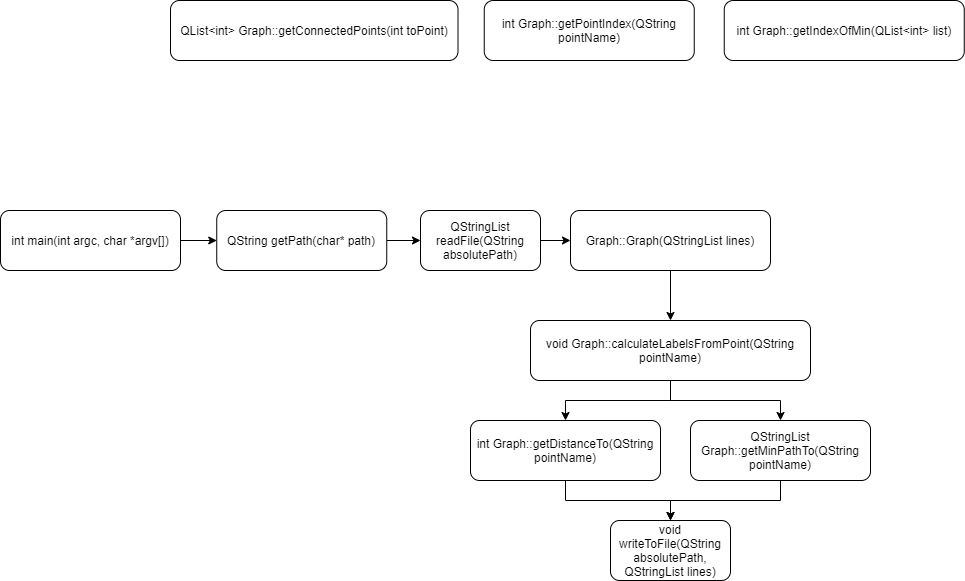
This is data_flow_diagram.png from Minebot17/PathFinder, a draw.io export, as it was before one commit. Source tidied: cells renumbered, new cells last; positions are measured from the earlier drawing's top-left corner, leaving out a move shared by most shapes.
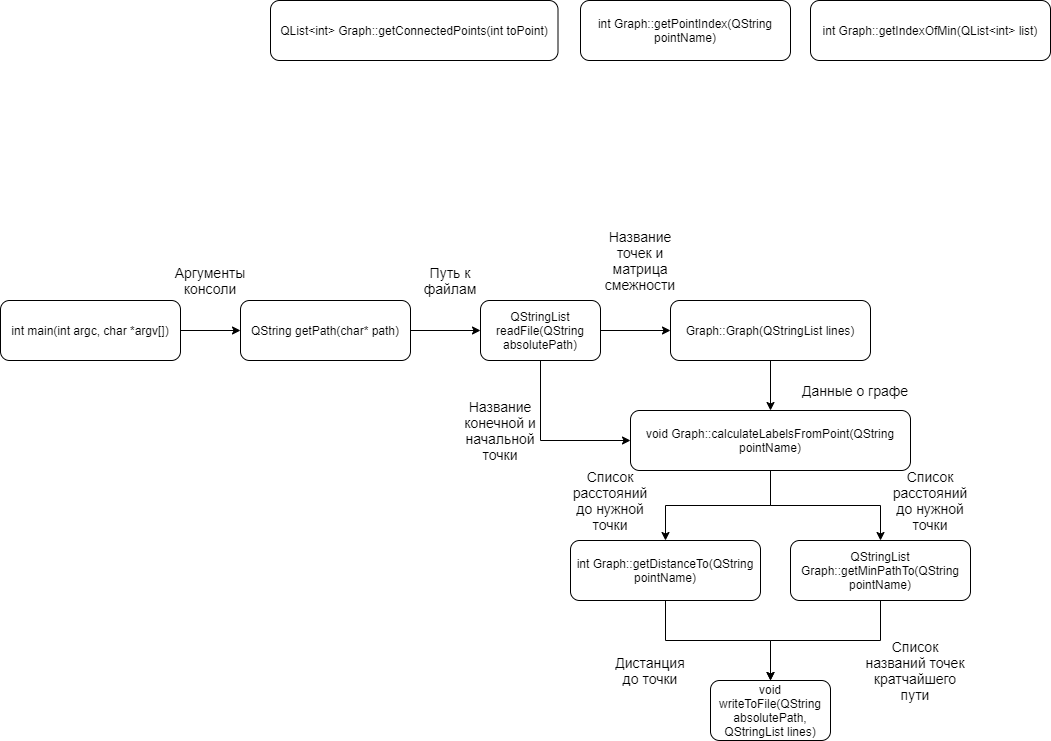
Above is the later version.

What changed in the source:
```diff
@@ -5,41 +5,44 @@
     <mxCell id="2" style="edgeStyle=orthogonalEdgeStyle;rounded=0;jettySize=auto;html=1;exitX=1;exitY=0.5;exitDx=0;exitDy=0;" parent="1" edge="1" source="3" target="19">
       <mxGeometry relative="1" as="geometry" />
     </mxCell>
+    <mxCell id="21" style="edgeStyle=orthogonalEdgeStyle;rounded=0;jettySize=auto;html=1;exitX=0.5;exitY=1;exitDx=0;exitDy=0;entryX=0;entryY=0.5;entryDx=0;entryDy=0;" parent="1" edge="1" source="3" target="17">
+      <mxGeometry relative="1" as="geometry" />
+    </mxCell>
     <mxCell id="3" value="QStringList readFile(QString absolutePath)" style="rounded=1;whiteSpace=wrap;html=1;" parent="1" vertex="1">
-      <mxGeometry x="420" y="210" width="120" height="60" as="geometry" />
+      <mxGeometry x="380" y="210" width="120" height="60" as="geometry" />
     </mxCell>
     <mxCell id="4" style="edgeStyle=orthogonalEdgeStyle;rounded=0;jettySize=auto;html=1;exitX=0.5;exitY=1;exitDx=0;exitDy=0;" parent="1" edge="1" source="5" target="8">
       <mxGeometry relative="1" as="geometry" />
     </mxCell>
     <mxCell id="5" value="int Graph::getDistanceTo(QString pointName)" style="rounded=1;whiteSpace=wrap;html=1;" parent="1" vertex="1">
-      <mxGeometry x="470" y="420" width="190" height="60" as="geometry" />
+      <mxGeometry x="470" y="450" width="190" height="60" as="geometry" />
     </mxCell>
     <mxCell id="6" style="edgeStyle=orthogonalEdgeStyle;rounded=0;jettySize=auto;html=1;exitX=1;exitY=0.5;exitDx=0;exitDy=0;" parent="1" edge="1" source="7" target="3">
       <mxGeometry relative="1" as="geometry" />
     </mxCell>
     <mxCell id="7" value="QString getPath(char* path)" style="rounded=1;whiteSpace=wrap;html=1;" parent="1" vertex="1">
-      <mxGeometry x="216.2" y="210" width="170" height="60" as="geometry" />
+      <mxGeometry x="140" y="210" width="170" height="60" as="geometry" />
     </mxCell>
     <mxCell id="8" value="void writeToFile(QString absolutePath, QStringList lines)" style="rounded=1;whiteSpace=wrap;html=1;" parent="1" vertex="1">
-      <mxGeometry x="610" y="520" width="120" height="60" as="geometry" />
+      <mxGeometry x="610" y="590" width="120" height="60" as="geometry" />
     </mxCell>
     <mxCell id="9" style="edgeStyle=orthogonalEdgeStyle;rounded=0;jettySize=auto;html=1;exitX=1;exitY=0.5;exitDx=0;exitDy=0;" parent="1" edge="1" source="10" target="7">
       <mxGeometry relative="1" as="geometry" />
     </mxCell>
     <mxCell id="10" value="int main(int argc, char *argv[])" style="rounded=1;whiteSpace=wrap;html=1;" parent="1" vertex="1">
-      <mxGeometry y="210" width="180" height="60" as="geometry" />
+      <mxGeometry x="-100" y="210" width="180" height="60" as="geometry" />
     </mxCell>
     <mxCell id="11" value="int Graph::getIndexOfMin(QList&amp;lt;int&amp;gt; list)" style="rounded=1;whiteSpace=wrap;html=1;" parent="1" vertex="1">
-      <mxGeometry x="723.8" width="240" height="60" as="geometry" />
+      <mxGeometry x="710" y="-90" width="240" height="60" as="geometry" />
     </mxCell>
     <mxCell id="12" value="int Graph::getPointIndex(QString pointName)" style="rounded=1;whiteSpace=wrap;html=1;" parent="1" vertex="1">
-      <mxGeometry x="483.8" width="210" height="60" as="geometry" />
+      <mxGeometry x="480" y="-90" width="210" height="60" as="geometry" />
     </mxCell>
     <mxCell id="13" style="edgeStyle=orthogonalEdgeStyle;rounded=0;jettySize=auto;html=1;exitX=0.5;exitY=1;exitDx=0;exitDy=0;" parent="1" edge="1" source="14" target="8">
       <mxGeometry relative="1" as="geometry" />
     </mxCell>
     <mxCell id="14" value="QStringList Graph::getMinPathTo(QString pointName)" style="rounded=1;whiteSpace=wrap;html=1;" parent="1" vertex="1">
-      <mxGeometry x="690" y="420" width="180" height="60" as="geometry" />
+      <mxGeometry x="690" y="450" width="180" height="60" as="geometry" />
     </mxCell>
     <mxCell id="15" style="edgeStyle=orthogonalEdgeStyle;rounded=0;jettySize=auto;html=1;exitX=0.5;exitY=1;exitDx=0;exitDy=0;" parent="1" edge="1" source="17" target="5">
       <mxGeometry relative="1" as="geometry" />
@@ -57,7 +60,34 @@
       <mxGeometry x="570" y="210" width="200" height="60" as="geometry" />
     </mxCell>
     <mxCell id="20" value="QList&amp;lt;int&amp;gt; Graph::getConnectedPoints(int toPoint)" style="rounded=1;whiteSpace=wrap;html=1;" parent="1" vertex="1">
-      <mxGeometry x="170" width="287.5" height="60" as="geometry" />
+      <mxGeometry x="170" y="-90" width="287.5" height="60" as="geometry" />
     </mxCell>
+    <mxCell id="22" value="&lt;font style=&quot;font-size: 14px&quot;&gt;Аргументы консоли&lt;/font&gt;" style="text;html=1;strokeColor=none;fillColor=none;align=center;verticalAlign=middle;whiteSpace=wrap;rounded=0;" parent="1" vertex="1">
+      <mxGeometry x="90" y="180" width="40" height="20" as="geometry" />
+    </mxCell>
+    <mxCell id="23" value="&lt;font style=&quot;font-size: 14px&quot;&gt;Путь к файлам&lt;/font&gt;" style="text;html=1;strokeColor=none;fillColor=none;align=center;verticalAlign=middle;whiteSpace=wrap;rounded=0;" parent="1" vertex="1">
+      <mxGeometry x="330" y="180" width="40" height="20" as="geometry" />
+    </mxCell>
+    <mxCell id="24" value="&lt;font style=&quot;font-size: 14px&quot;&gt;Название точек и матрица смежности&lt;/font&gt;" style="text;html=1;strokeColor=none;fillColor=none;align=center;verticalAlign=middle;whiteSpace=wrap;rounded=0;" parent="1" vertex="1">
+      <mxGeometry x="520" y="160" width="40" height="20" as="geometry" />
+    </mxCell>
+    <mxCell id="25" value="&lt;font style=&quot;font-size: 14px&quot;&gt;Название конечной и начальной точки&lt;/font&gt;" style="text;html=1;strokeColor=none;fillColor=none;align=center;verticalAlign=middle;whiteSpace=wrap;rounded=0;" parent="1" vertex="1">
+      <mxGeometry x="360" y="330" width="80" height="20" as="geometry" />
+    </mxCell>
+    <mxCell id="26" value="&lt;font style=&quot;font-size: 14px&quot;&gt;Данные о графе&lt;/font&gt;" style="text;html=1;strokeColor=none;fillColor=none;align=center;verticalAlign=middle;whiteSpace=wrap;rounded=0;" parent="1" vertex="1">
+      <mxGeometry x="690" y="290" width="130" height="20" as="geometry" />
+    </mxCell>
+    <mxCell id="27" value="&lt;font style=&quot;font-size: 14px&quot;&gt;Список расстояний до нужной точки&lt;/font&gt;" style="text;html=1;strokeColor=none;fillColor=none;align=center;verticalAlign=middle;whiteSpace=wrap;rounded=0;" parent="1" vertex="1">
+      <mxGeometry x="490" y="400" width="40" height="20" as="geometry" />
+    </mxCell>
+    <mxCell id="28" value="&lt;font style=&quot;font-size: 14px&quot;&gt;Список расстояний до нужной точки&lt;/font&gt;" style="text;html=1;strokeColor=none;fillColor=none;align=center;verticalAlign=middle;whiteSpace=wrap;rounded=0;" parent="1" vertex="1">
+      <mxGeometry x="810" y="400" width="40" height="20" as="geometry" />
+    </mxCell>
+    <mxCell id="29" value="&lt;font style=&quot;font-size: 14px&quot;&gt;Список названий точек кратчайшего пути&lt;/font&gt;" style="text;html=1;strokeColor=none;fillColor=none;align=center;verticalAlign=middle;whiteSpace=wrap;rounded=0;" parent="1" vertex="1">
+      <mxGeometry x="760" y="570" width="110" height="20" as="geometry" />
+    </mxCell>
+    <mxCell id="30" value="&lt;font style=&quot;font-size: 14px&quot;&gt;Дистанция до точки&lt;/font&gt;" style="text;html=1;strokeColor=none;fillColor=none;align=center;verticalAlign=middle;whiteSpace=wrap;rounded=0;" parent="1" vertex="1">
+      <mxGeometry x="530" y="570" width="40" height="20" as="geometry" />
+    </mxCell>
   </root>
 </mxGraphModel>
```
